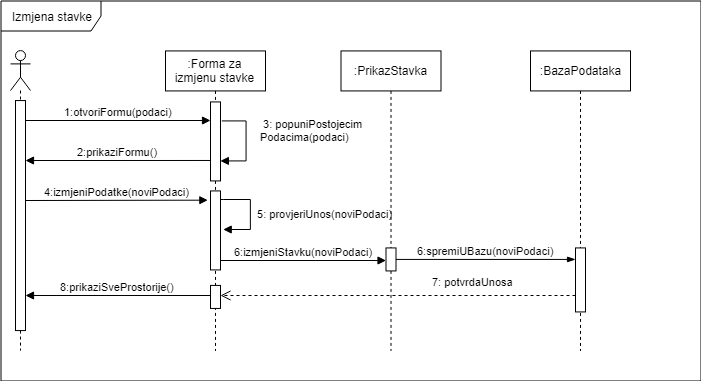
Above: Dokumentacija/Slike za dokumentaciju/Tehnička dokumentacija/izmjeni stavku sequence.png in DominikSulic/Simply-Store (draw.io), before the change. Source tidied: cells renumbered, new cells last; positions are measured from the earlier drawing's top-left corner, leaving out a move shared by most shapes.
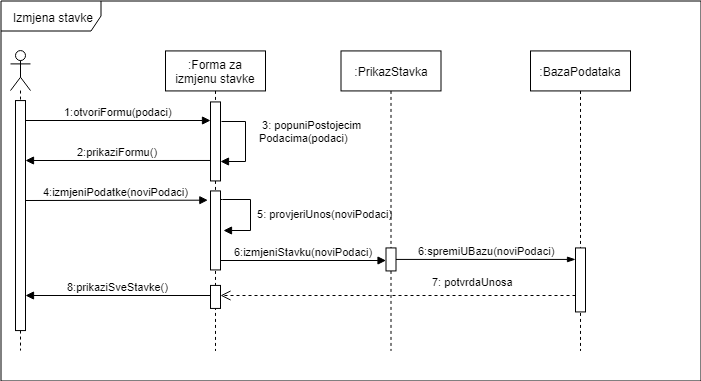
The same file after the commit.

Change to the diagram source:
```diff
@@ -72,7 +72,7 @@
         <mxPoint x="220" y="295" as="targetPoint" />
       </mxGeometry>
     </mxCell>
-    <mxCell id="20" value="8:prikaziSveProstorije()" style="html=1;verticalAlign=bottom;endArrow=block;endFill=1;exitX=0;exitY=0.438;exitDx=0;exitDy=0;exitPerimeter=0;" parent="1" edge="1" source="8">
+    <mxCell id="20" value="8:prikaziSveStavke()" style="html=1;verticalAlign=bottom;endArrow=block;endFill=1;exitX=0;exitY=0.438;exitDx=0;exitDy=0;exitPerimeter=0;" parent="1" edge="1" source="8">
       <mxGeometry relative="1" as="geometry">
         <mxPoint x="25" y="295" as="targetPoint" />
       </mxGeometry>
```
